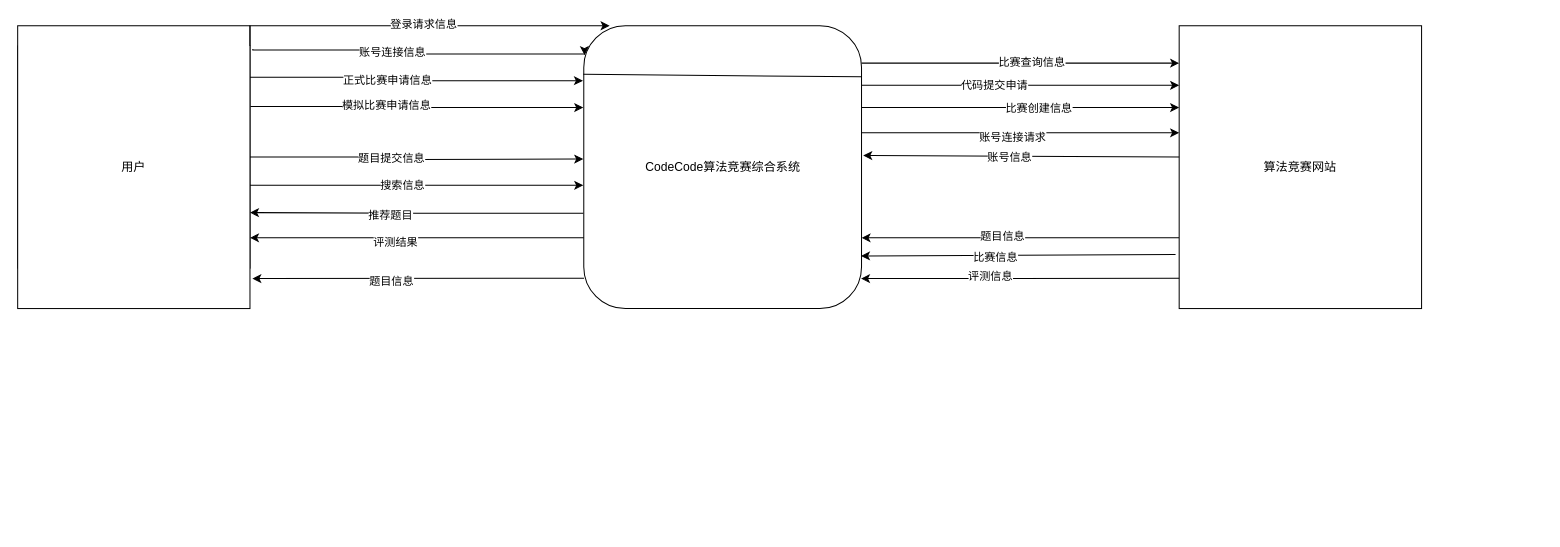
Earlier version of the draw.io diagram 分析文档/Untitled Diagram.drawio (12MegaA21/CodeCode). Source tidied: cells renumbered, new cells numbered last; positions are measured from the earlier drawing's top-left corner, leaving out a move shared by most shapes. Both pictures are drawn from the tidied source at 101%, with x=0, y=0 at pixel (17, 25).
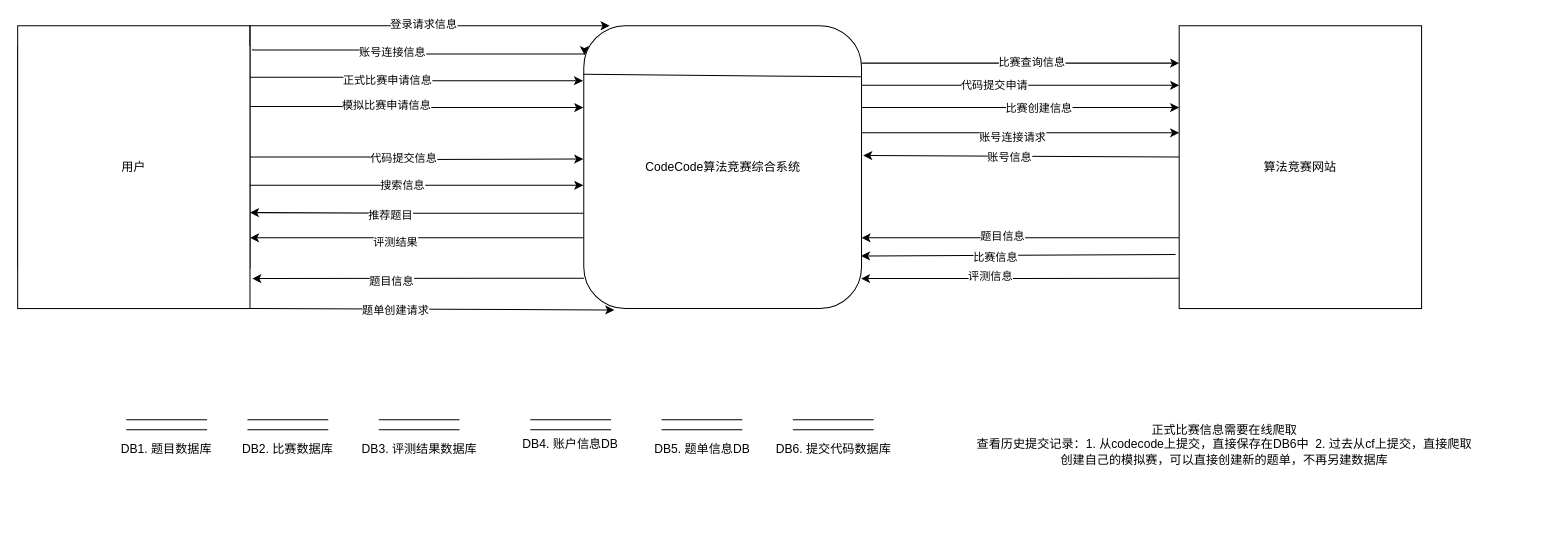
The same diagram, later.

The change refers to these unchanged cells:
```xml
<mxCell id="10" value="用户" style="rounded=0;whiteSpace=wrap;html=1;" parent="1" vertex="1">
  <mxGeometry width="230" height="280" as="geometry" />
</mxCell>
<mxCell id="13" value="CodeCode算法竞赛综合系统" style="rounded=1;whiteSpace=wrap;html=1;" parent="12" vertex="1">
  <mxGeometry x="0.5" width="275" height="280" as="geometry" />
</mxCell>
<mxCell id="23" style="edgeStyle=orthogonalEdgeStyle;rounded=0;jettySize=auto;html=1;exitX=1;exitY=0.5;exitDx=0;exitDy=0;" parent="1" edge="1" source="7">
  <mxGeometry relative="1" as="geometry">
    <mxPoint x="560" y="132" as="targetPoint" />
  </mxGeometry>
</mxCell>
```

What changed in the source:
```diff
@@
-    <mxCell id="24" value="题目提交信息" style="edgeLabel;html=1;align=center;verticalAlign=middle;" parent="23" vertex="1">
+    <mxCell id="24" value="代码提交信息" style="edgeLabel;html=1;align=center;verticalAlign=middle;" parent="23" vertex="1">
       <mxGeometry x="-0.31" y="2" relative="1" as="geometry">
-        <mxPoint x="24" y="2" as="offset" />
+        <mxPoint x="36" y="2" as="offset" />
       </mxGeometry>
     </mxCell>
@@
+    <mxCell id="44" style="group;" parent="1" vertex="1">
+      <mxGeometry x="100" y="390" width="95" height="40" as="geometry" />
+    </mxCell>
+    <mxCell id="45" style="group;" parent="44" vertex="1">
+      <mxGeometry x="7.5" width="80" height="10" as="geometry" />
+    </mxCell>
+    <mxCell id="46" style="endArrow=none;html=1;rounded=0;" parent="45" edge="1">
+      <mxGeometry relative="1" as="geometry">
+        <mxPoint as="sourcePoint" />
+        <mxPoint x="80" as="targetPoint" />
+      </mxGeometry>
+    </mxCell>
+    <mxCell id="47" style="endArrow=none;html=1;rounded=0;" parent="45" edge="1">
+      <mxGeometry relative="1" as="geometry">
+        <mxPoint y="10" as="sourcePoint" />
+        <mxPoint x="80" y="10" as="targetPoint" />
+      </mxGeometry>
+    </mxCell>
+    <mxCell id="48" value="DB1. 题目数据库" style="text;html=1;strokeColor=none;fillColor=none;align=center;verticalAlign=middle;whiteSpace=wrap;rounded=0;" parent="44" vertex="1">
+      <mxGeometry y="20" width="95" height="20" as="geometry" />
+    </mxCell>
+    <mxCell id="49" style="group;" parent="1" vertex="1">
+      <mxGeometry x="220" y="390" width="95" height="40" as="geometry" />
+    </mxCell>
+    <mxCell id="50" style="group;" parent="49" vertex="1">
+      <mxGeometry x="7.5" width="80" height="10" as="geometry" />
+    </mxCell>
+    <mxCell id="51" style="endArrow=none;html=1;rounded=0;" parent="50" edge="1">
+      <mxGeometry relative="1" as="geometry">
+        <mxPoint as="sourcePoint" />
+        <mxPoint x="80" as="targetPoint" />
+      </mxGeometry>
+    </mxCell>
+    <mxCell id="52" style="endArrow=none;html=1;rounded=0;" parent="50" edge="1">
+      <mxGeometry relative="1" as="geometry">
+        <mxPoint y="10" as="sourcePoint" />
+        <mxPoint x="80" y="10" as="targetPoint" />
+      </mxGeometry>
+    </mxCell>
+    <mxCell id="53" value="DB2. 比赛数据库" style="text;html=1;strokeColor=none;fillColor=none;align=center;verticalAlign=middle;whiteSpace=wrap;rounded=0;" parent="49" vertex="1">
+      <mxGeometry y="20" width="95" height="20" as="geometry" />
+    </mxCell>
+    <mxCell id="54" style="group;" parent="1" vertex="1">
+      <mxGeometry x="350" y="390" width="120" height="40" as="geometry" />
+    </mxCell>
+    <mxCell id="55" style="group;" parent="54" vertex="1">
+      <mxGeometry x="7.5" width="80" height="10" as="geometry" />
+    </mxCell>
+    <mxCell id="56" style="endArrow=none;html=1;rounded=0;" parent="55" edge="1">
+      <mxGeometry relative="1" as="geometry">
+        <mxPoint as="sourcePoint" />
+        <mxPoint x="80" as="targetPoint" />
+      </mxGeometry>
+    </mxCell>
+    <mxCell id="57" style="endArrow=none;html=1;rounded=0;" parent="55" edge="1">
+      <mxGeometry relative="1" as="geometry">
+        <mxPoint y="10" as="sourcePoint" />
+        <mxPoint x="80" y="10" as="targetPoint" />
+      </mxGeometry>
+    </mxCell>
+    <mxCell id="58" value="DB3. 评测结果数据库" style="text;html=1;strokeColor=none;fillColor=none;align=center;verticalAlign=middle;whiteSpace=wrap;rounded=0;" parent="54" vertex="1">
+      <mxGeometry x="-12.5" y="20" width="120" height="20" as="geometry" />
+    </mxCell>
+    <mxCell id="59" style="group;" parent="1" vertex="1">
+      <mxGeometry x="500" y="390" width="100" height="40" as="geometry" />
+    </mxCell>
+    <mxCell id="60" style="group;" parent="59" vertex="1">
+      <mxGeometry x="-5" width="105" height="35" as="geometry" />
+    </mxCell>
+    <mxCell id="61" style="group;" parent="60" vertex="1">
+      <mxGeometry x="12.5" width="80" height="10" as="geometry" />
+    </mxCell>
+    <mxCell id="62" style="endArrow=none;html=1;rounded=0;" parent="61" edge="1">
+      <mxGeometry relative="1" as="geometry">
+        <mxPoint as="sourcePoint" />
+        <mxPoint x="80" as="targetPoint" />
+      </mxGeometry>
+    </mxCell>
+    <mxCell id="63" style="endArrow=none;html=1;rounded=0;" parent="61" edge="1">
+      <mxGeometry relative="1" as="geometry">
+        <mxPoint y="10" as="sourcePoint" />
+        <mxPoint x="80" y="10" as="targetPoint" />
+      </mxGeometry>
+    </mxCell>
+    <mxCell id="64" value="DB4. 账户信息DB" style="text;html=1;strokeColor=none;fillColor=none;align=center;verticalAlign=middle;whiteSpace=wrap;rounded=0;" parent="60" vertex="1">
+      <mxGeometry y="15" width="105" height="20" as="geometry" />
+    </mxCell>
+    <mxCell id="65" style="endArrow=classic;html=1;rounded=0;exitX=1;exitY=1;exitDx=0;exitDy=0;entryX=0.11;entryY=1.005;entryDx=0;entryDy=0;entryPerimeter=0;" parent="1" edge="1" source="10" target="13">
+      <mxGeometry relative="1" as="geometry" />
+    </mxCell>
+    <mxCell id="66" value="题单创建请求" style="edgeLabel;html=1;align=center;verticalAlign=middle;" parent="65" vertex="1">
+      <mxGeometry x="-0.2" y="-1" relative="1" as="geometry" />
+    </mxCell>
+    <mxCell id="67" style="group;" parent="1" vertex="1">
+      <mxGeometry x="630" y="390" width="110" height="40" as="geometry" />
+    </mxCell>
+    <mxCell id="68" style="group;" parent="67" vertex="1">
+      <mxGeometry x="7.5" width="80" height="10" as="geometry" />
+    </mxCell>
+    <mxCell id="69" style="endArrow=none;html=1;rounded=0;" parent="68" edge="1">
+      <mxGeometry relative="1" as="geometry">
+        <mxPoint as="sourcePoint" />
+        <mxPoint x="80" as="targetPoint" />
+      </mxGeometry>
+    </mxCell>
+    <mxCell id="70" style="endArrow=none;html=1;rounded=0;" parent="68" edge="1">
+      <mxGeometry relative="1" as="geometry">
+        <mxPoint y="10" as="sourcePoint" />
+        <mxPoint x="80" y="10" as="targetPoint" />
+      </mxGeometry>
+    </mxCell>
+    <mxCell id="71" value="DB5. 题单信息DB" style="text;html=1;strokeColor=none;fillColor=none;align=center;verticalAlign=middle;whiteSpace=wrap;rounded=0;" parent="67" vertex="1">
+      <mxGeometry x="-7.5" y="20" width="110" height="20" as="geometry" />
+    </mxCell>
+    <mxCell id="72" value="正式比赛信息需要在线爬取&lt;br&gt;查看历史提交记录：1. 从codecode上提交，直接保存在DB6中&amp;nbsp; 2. 过去从cf上提交，直接爬取&lt;br&gt;创建自己的模拟赛，可以直接创建新的题单，不再另建数据库" style="text;html=1;strokeColor=none;fillColor=none;align=center;verticalAlign=middle;whiteSpace=wrap;rounded=0;" parent="1" vertex="1">
+      <mxGeometry x="880" y="330" width="630" height="170" as="geometry" />
+    </mxCell>
+    <mxCell id="73" style="group;" parent="1" vertex="1">
+      <mxGeometry x="760" y="390" width="120" height="40" as="geometry" />
+    </mxCell>
+    <mxCell id="74" style="group;" parent="73" vertex="1">
+      <mxGeometry x="7.5" width="80" height="10" as="geometry" />
+    </mxCell>
+    <mxCell id="75" style="endArrow=none;html=1;rounded=0;" parent="74" edge="1">
+      <mxGeometry relative="1" as="geometry">
+        <mxPoint as="sourcePoint" />
+        <mxPoint x="80" as="targetPoint" />
+      </mxGeometry>
+    </mxCell>
+    <mxCell id="76" style="endArrow=none;html=1;rounded=0;" parent="74" edge="1">
+      <mxGeometry relative="1" as="geometry">
+        <mxPoint y="10" as="sourcePoint" />
+        <mxPoint x="80" y="10" as="targetPoint" />
+      </mxGeometry>
+    </mxCell>
+    <mxCell id="77" value="DB6. 提交代码数据库" style="text;html=1;strokeColor=none;fillColor=none;align=center;verticalAlign=middle;whiteSpace=wrap;rounded=0;" parent="73" vertex="1">
+      <mxGeometry x="-12.5" y="20" width="120" height="20" as="geometry" />
+    </mxCell>
```
